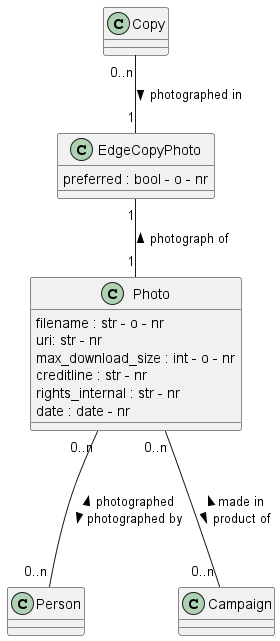
tmasch/bpf_be keeps this PlantUML diagram as documentation/class_diagrams/Photo.png. Above is the earlier version. Its diagram source:
```plantuml
@startuml

class Photo
Photo : filename : str - o - nr
Photo : uri: str - nr
Photo : max_download_size : int - o - nr
Photo : creditline : str - nr
Photo : rights_internal : str - nr
Photo : date : date - nr

class Copy

class Person

class Campaign

class EdgeCopyPhoto
EdgeCopyPhoto : preferred : bool - o - nr


Copy "0..n"  -- "1" EdgeCopyPhoto : photographed in >
EdgeCopyPhoto "1" -- "1" Photo : photograph of <

Photo "0..n" --- "0..n" Person : < photographed  \n photographed by >

Photo "0..n" --- "0..n" Campaign : < made in \n product of >

@enduml
```
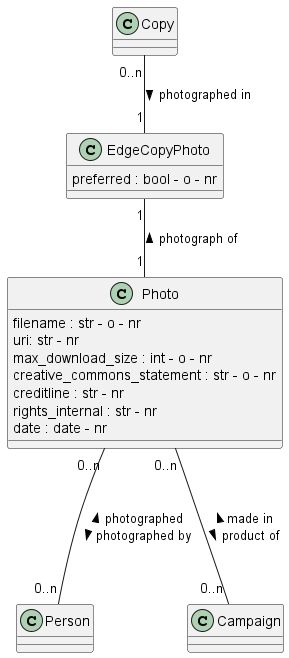
After the commit.

Change to the diagram source:
```diff
@@ -1,9 +1,10 @@
-@startuml
+@startuml Photo
 
 class Photo
 Photo : filename : str - o - nr
 Photo : uri: str - nr
 Photo : max_download_size : int - o - nr
+Photo : creative_commons_statement : str - o - nr
 Photo : creditline : str - nr
 Photo : rights_internal : str - nr
 Photo : date : date - nr
```
